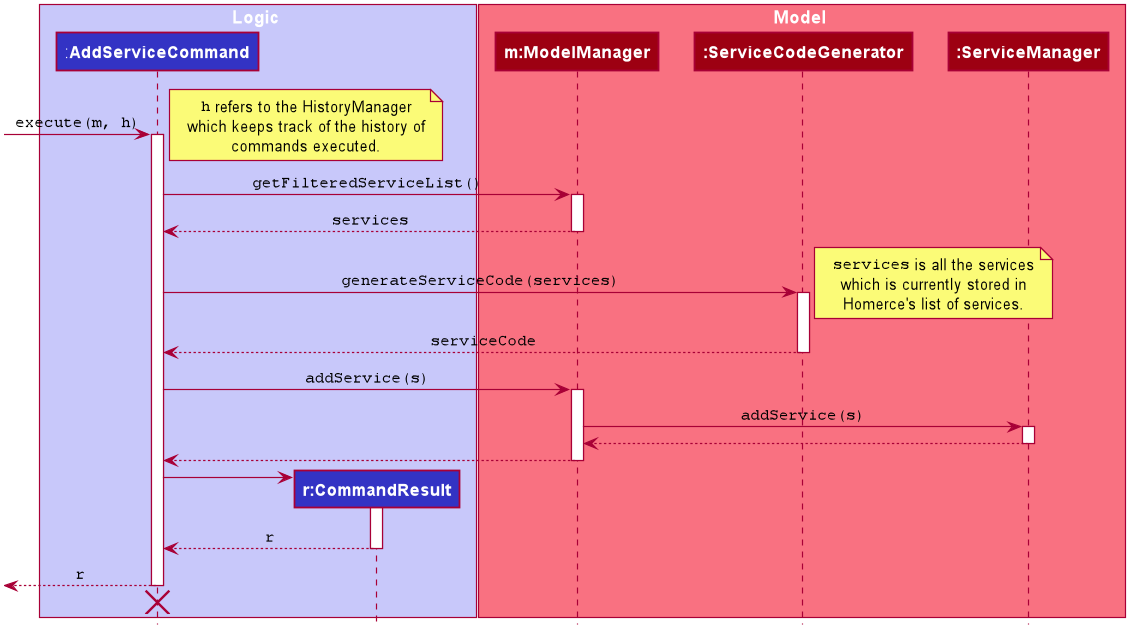
This is docs/images/AddServiceSequenceDiagram.png from yanlynnnnn/tp, a PlantUML export, as it was before one commit.
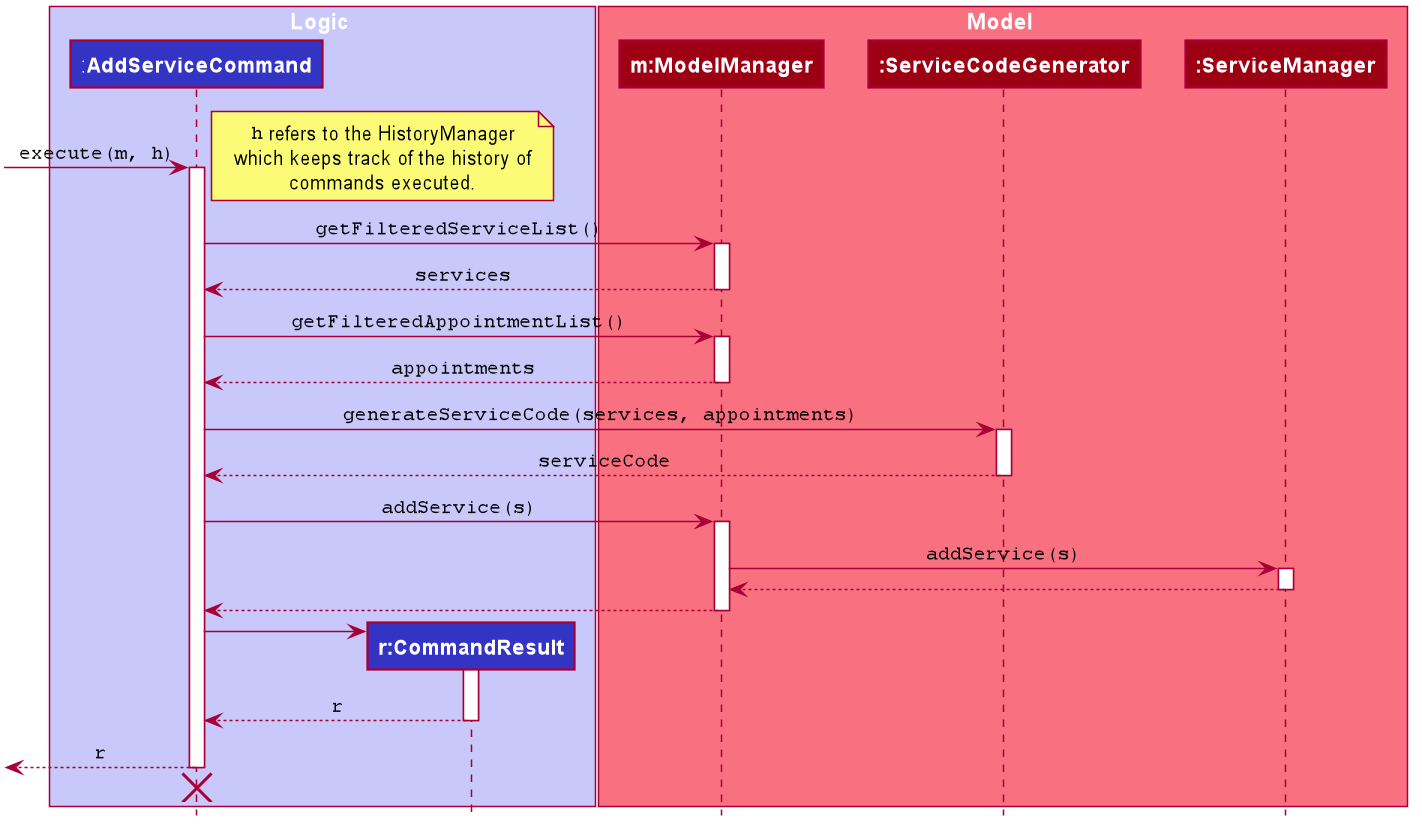
Later version of the same file.

Commit message:
Edit Service Sequence Diagram to match latest update

Change to the diagram source:
```diff
@@ -75,13 +75,12 @@
 AddServiceCommand <-- ModelManager: ""services""
 deactivate ModelManager
 
-AddServiceCommand -> ServiceCodeGenerator: ""generateServiceCode(services)""
+AddServiceCommand -> ModelManager : ""getFilteredAppointmentList()""
+activate ModelManager
+AddServiceCommand <-- ModelManager: ""appointments""
+deactivate ModelManager
 
-note right
-""services"" is all the services
-which is currently stored in
-Homerce's list of services.
-end note
+AddServiceCommand -> ServiceCodeGenerator: ""generateServiceCode(services, appointments)""
 
 activate ServiceCodeGenerator
 AddServiceCommand <-- ServiceCodeGenerator: ""serviceCode""
```
